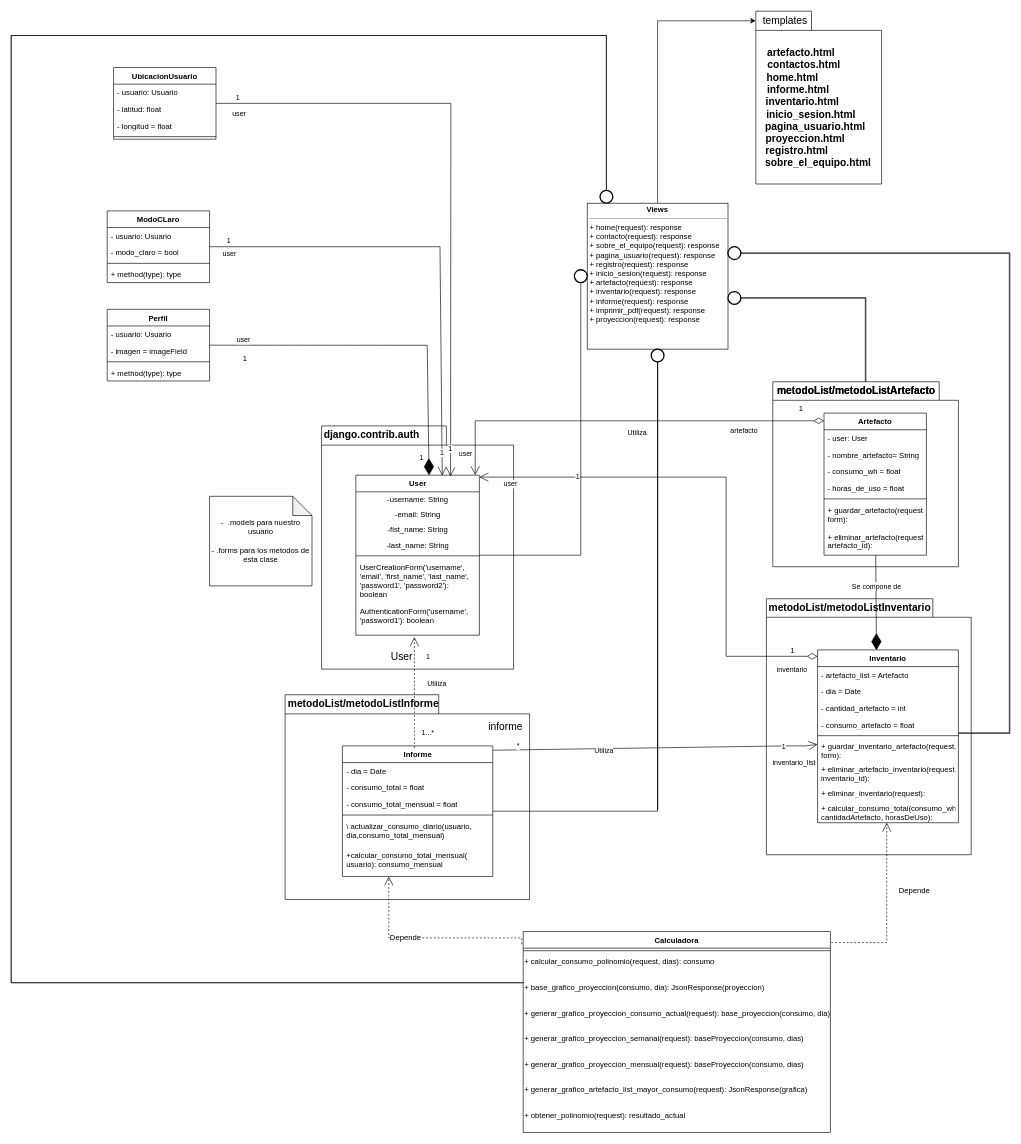
Above: consumoEnergia.drawio in SantiagoTamayo2002/UML (draw.io), before the change. Source tidied: cells renumbered, new cells numbered last; positions are measured from the earlier drawing's top-left corner, leaving out a move shared by most shapes. Both pictures are drawn from the tidied source at 64%, with x=0, y=0 at pixel (11, 11).
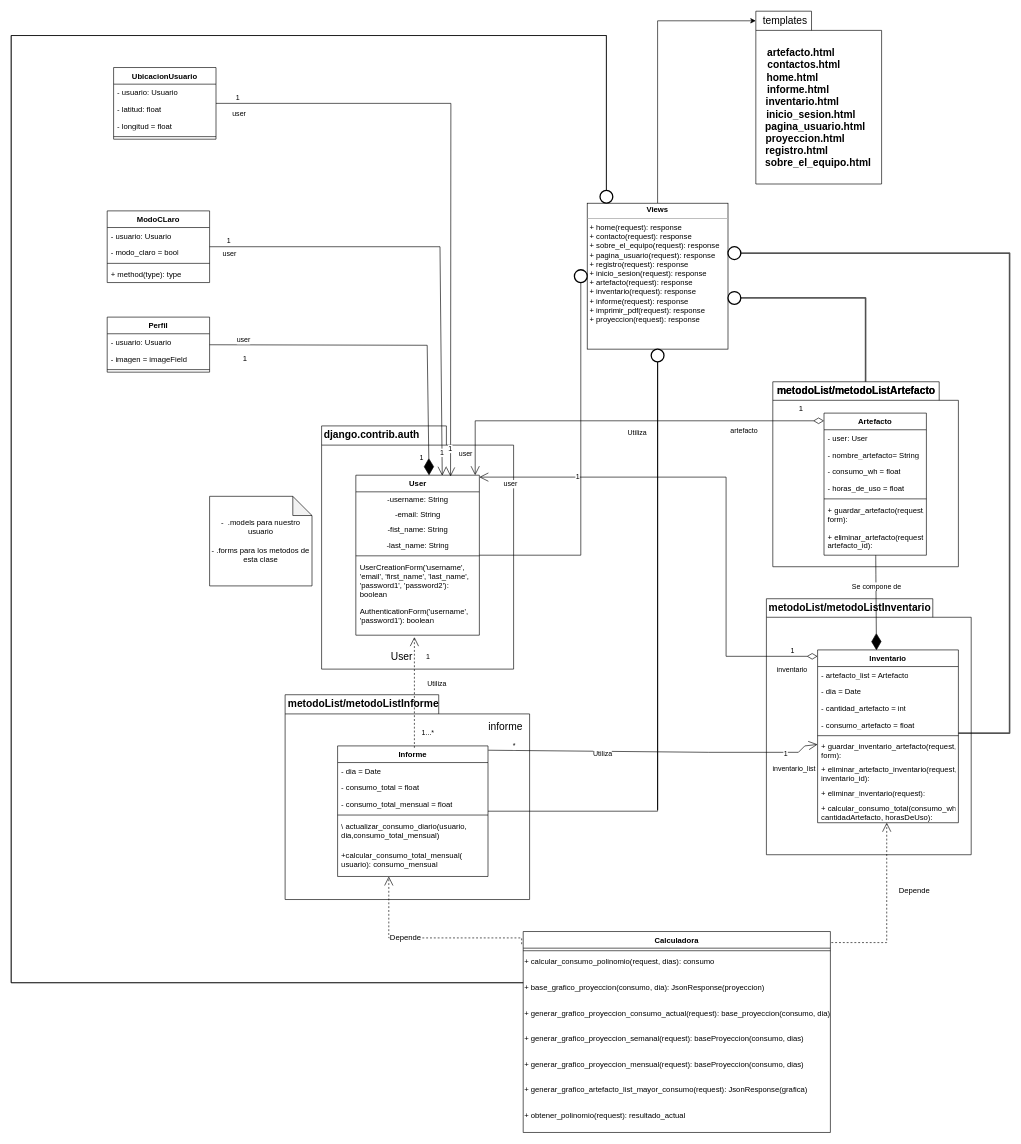
After the change.

The change refers to these unchanged cells:
```xml
<mxCell id="15" value="Inventario" style="swimlane;fontStyle=1;align=center;verticalAlign=top;horizontal=1;startSize=26;whiteSpace=wrap;html=1;" parent="1" vertex="1">
  <mxGeometry x="1260" y="998" width="220" height="270" as="geometry" />
</mxCell>
```

What changed in the source:
```diff
@@
     <mxCell id="25" value="Informe" style="swimlane;fontStyle=1;align=center;verticalAlign=top;horizontal=1;startSize=26;whiteSpace=wrap;html=1;" parent="1" vertex="1">
-      <mxGeometry x="517.5" y="1148" width="235" height="204" as="geometry" />
+      <mxGeometry x="510" y="1148" width="235" height="204" as="geometry" />
     </mxCell>
@@
     <mxCell id="56" style="endArrow=open;endFill=1;endSize=12;html=1;rounded=0;exitX=1.002;exitY=0.033;exitDx=0;exitDy=0;exitPerimeter=0;" parent="1" edge="1" source="25" target="15">
       <mxGeometry relative="1" as="geometry">
         <Array as="points">
-          <mxPoint x="1210" y="1148" />
+          <mxPoint x="1090" y="1158" />
+          <mxPoint x="1230" y="1158" />
           <mxPoint x="1240" y="1148" />
         </Array>
       </mxGeometry>
     </mxCell>
@@
     <mxCell id="73" value="inventario_list" style="edgeLabel;html=1;align=center;verticalAlign=middle;" parent="1" vertex="1">
-      <mxGeometry x="1230.2" y="1008" as="geometry">
+      <mxGeometry x="1230.2" y="1018" as="geometry">
         <mxPoint x="-8" y="165" as="offset" />
       </mxGeometry>
     </mxCell>
@@
     <mxCell id="103" value="Perfil" style="swimlane;fontStyle=1;align=center;verticalAlign=top;horizontal=1;startSize=26;whiteSpace=wrap;html=1;" parent="1" vertex="1">
-      <mxGeometry x="150" y="465.8" width="160" height="112" as="geometry" />
+      <mxGeometry x="150" y="478" width="160" height="86" as="geometry" />
     </mxCell>
@@
-    <mxCell id="107" value="+ method(type): type" style="text;strokeColor=none;fillColor=none;align=left;verticalAlign=top;spacingLeft=4;spacingRight=4;overflow=hidden;whiteSpace=wrap;html=1;" parent="103" vertex="1">
-      <mxGeometry y="86" width="160" height="26" as="geometry" />
-    </mxCell>
```
